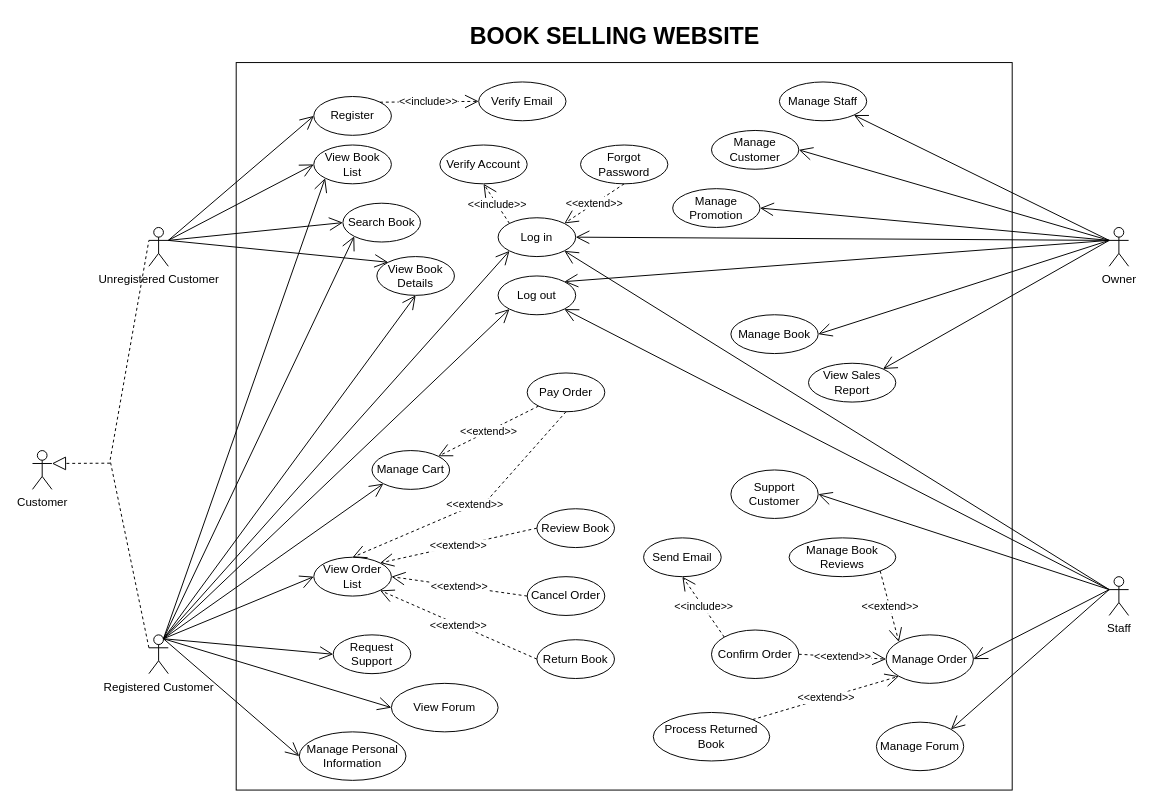
SoftwareTechnologyProject/SoftwareTechnologyProject keeps this draw.io diagram as diagrams/UseCaseDiagram.drawio. Above is the earlier version. Source tidied: cells renumbered, new cells numbered last; positions are measured from the earlier drawing's top-left corner, leaving out a move shared by most shapes. Both pictures are drawn from the tidied source at 97%, with x=0, y=0 at pixel (32, 16).
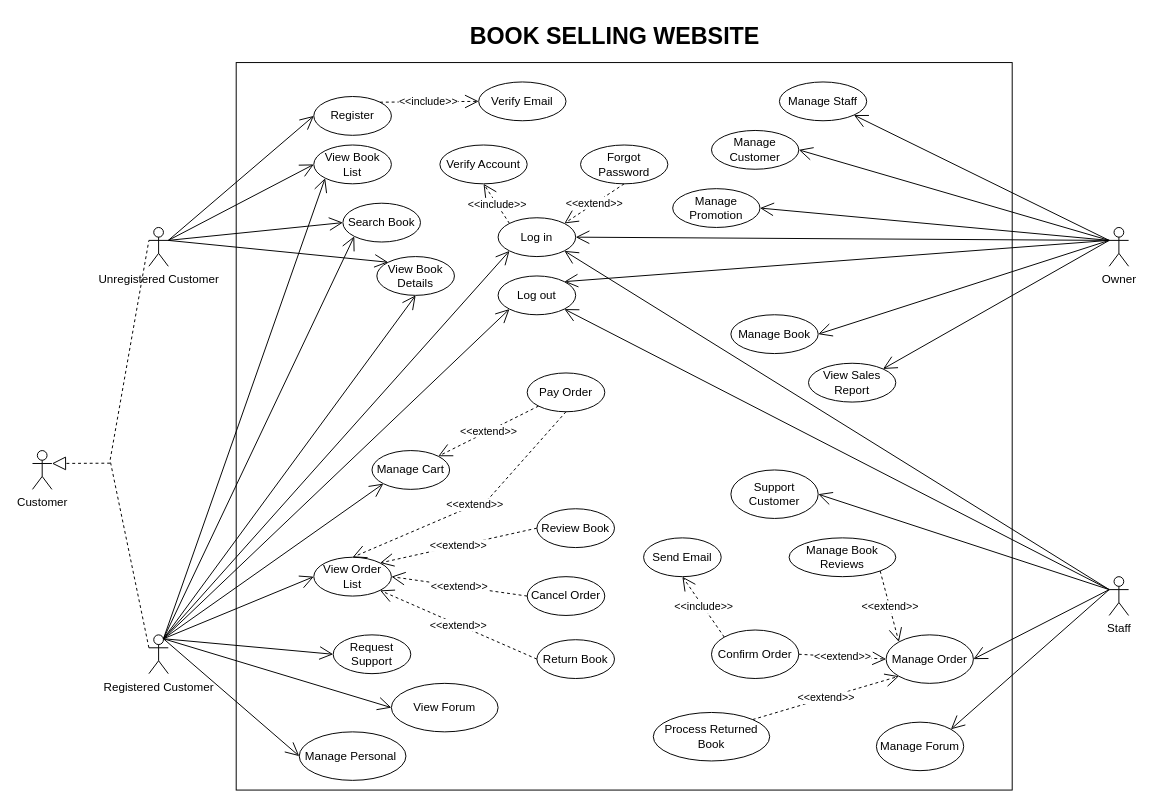
Above is the later version.

The edit, as a diff of the source:
```diff
@@
-    <mxCell id="35" value="Manage Personal Information" style="ellipse;whiteSpace=wrap;html=1;" parent="1" vertex="1">
+    <mxCell id="35" value="Manage Personal&amp;nbsp;" style="ellipse;whiteSpace=wrap;html=1;" parent="1" vertex="1">
       <mxGeometry x="275" y="737" width="110" height="50" as="geometry" />
     </mxCell>
```
